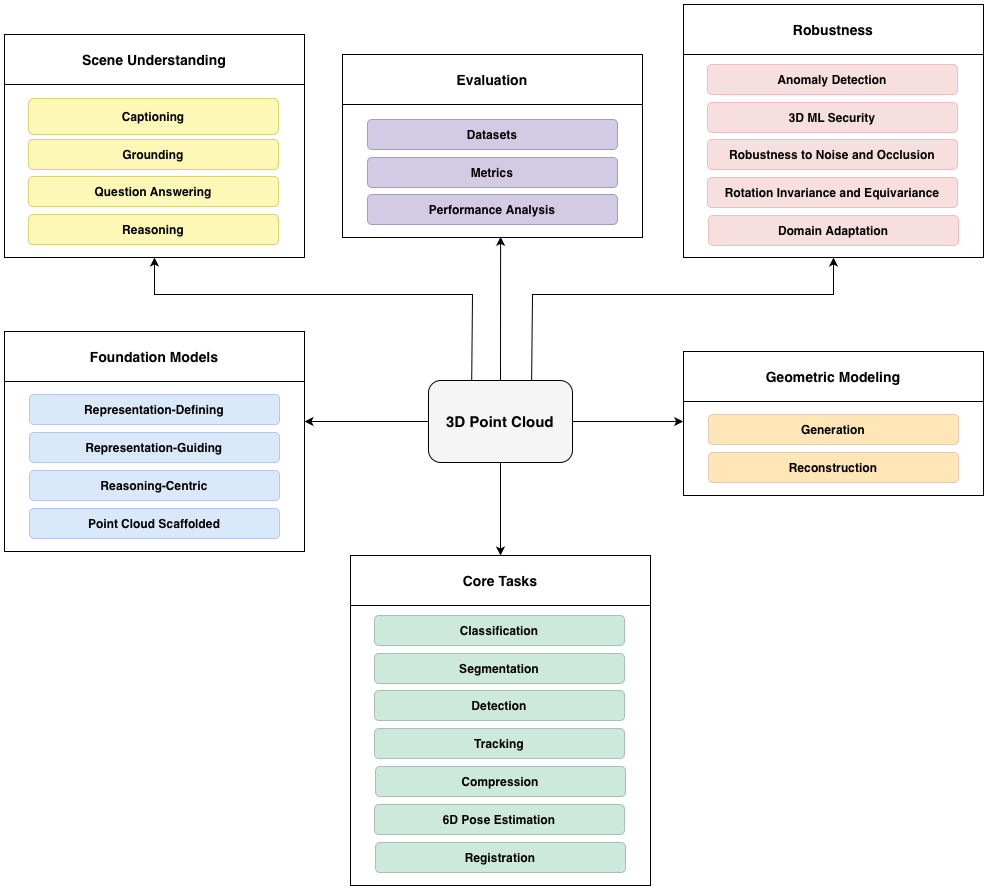
Above: Figures/github_diagram.png in IPL-sharif/3D_survey (draw.io), before the change. Source tidied: cells renumbered, new cells last; positions are measured from the earlier drawing's top-left corner, leaving out a move shared by most shapes. Its diagram source:
```xml
<mxGraphModel>
  <root>
    <mxCell id="0" />
    <mxCell id="1" parent="0" />
    <mxCell id="2" value="&lt;b&gt;Robustness&lt;/b&gt;" style="swimlane;horizontal=1;startSize=50;rounded=0;fontSize=14;fontStyle=0;strokeWidth=1;shadow=1;dashed=0;align=center;arcSize=4;whiteSpace=wrap;html=1;fillColor=#FFFFFF;strokeColor=#000000;" parent="1" vertex="1">
      <mxGeometry x="679" width="300" height="253" as="geometry" />
    </mxCell>
    <mxCell id="3" style="align=left;strokeColor=#000000;fillColor=#FFFFFF;spacingLeft=4;spacingRight=4;fontSize=12;verticalAlign=top;html=1;whiteSpace=wrap;" parent="2" vertex="1">
      <mxGeometry y="50" width="300" height="203" as="geometry" />
    </mxCell>
    <mxCell id="4" value="&lt;b&gt;Anomaly Detection&lt;/b&gt;" style="rounded=1;whiteSpace=wrap;html=1;fillColor=#F7DFDF;strokeColor=#EFBDBD;" parent="1" vertex="1">
      <mxGeometry x="703" y="60" width="250" height="30" as="geometry" />
    </mxCell>
    <mxCell id="5" value="&lt;b&gt;3D ML Security&lt;/b&gt;" style="rounded=1;whiteSpace=wrap;html=1;fillColor=#F7DFDF;strokeColor=#EFBDBD;" parent="1" vertex="1">
      <mxGeometry x="703" y="98" width="250" height="30" as="geometry" />
    </mxCell>
    <mxCell id="6" value="&lt;b&gt;Robustness to Noise and Occlusion&lt;/b&gt;" style="rounded=1;whiteSpace=wrap;html=1;fillColor=#F7DFDF;strokeColor=#EFBDBD;" parent="1" vertex="1">
      <mxGeometry x="703" y="135" width="250" height="30" as="geometry" />
    </mxCell>
    <mxCell id="7" value="&lt;b&gt;Rotation Invariance and&amp;nbsp;Equivariance&lt;/b&gt;" style="rounded=1;whiteSpace=wrap;html=1;fillColor=#F7DFDF;strokeColor=#EFBDBD;" parent="1" vertex="1">
      <mxGeometry x="703" y="173" width="250" height="30" as="geometry" />
    </mxCell>
    <mxCell id="8" value="&lt;b&gt;Domain Adaptation&lt;/b&gt;" style="rounded=1;whiteSpace=wrap;html=1;fillColor=#F7DFDF;strokeColor=#EFBDBD;" parent="1" vertex="1">
      <mxGeometry x="704" y="211" width="250" height="30" as="geometry" />
    </mxCell>
    <mxCell id="9" value="&lt;b&gt;Evaluation&lt;/b&gt;" style="swimlane;horizontal=1;startSize=50;rounded=0;fontSize=14;fontStyle=0;strokeWidth=1;shadow=1;dashed=0;align=center;arcSize=4;whiteSpace=wrap;html=1;fillColor=#FFFFFF;strokeColor=#000000;" parent="1" vertex="1">
      <mxGeometry x="338" y="50" width="300" height="183" as="geometry" />
    </mxCell>
    <mxCell id="10" style="align=left;strokeColor=#000000;fillColor=#FFFFFF;spacingLeft=4;spacingRight=4;fontSize=12;verticalAlign=top;html=1;whiteSpace=wrap;" parent="9" vertex="1">
      <mxGeometry y="50" width="300" height="133" as="geometry" />
    </mxCell>
    <mxCell id="11" value="&lt;b&gt;Datasets&lt;/b&gt;" style="rounded=1;whiteSpace=wrap;html=1;fillColor=#D2CBE3;strokeColor=#9F9FC6;" parent="1" vertex="1">
      <mxGeometry x="363" y="115" width="250" height="30" as="geometry" />
    </mxCell>
    <mxCell id="12" value="&lt;b&gt;Metrics&lt;/b&gt;" style="rounded=1;whiteSpace=wrap;html=1;fillColor=#D2CBE3;strokeColor=#9F9FC6;" parent="1" vertex="1">
      <mxGeometry x="363" y="153" width="250" height="30" as="geometry" />
    </mxCell>
    <mxCell id="13" value="&lt;b&gt;Performance Analysis&lt;/b&gt;" style="rounded=1;whiteSpace=wrap;html=1;fillColor=#D2CBE3;strokeColor=#9F9FC6;" parent="1" vertex="1">
      <mxGeometry x="363" y="190" width="250" height="30" as="geometry" />
    </mxCell>
    <mxCell id="14" style="endArrow=classic;html=1;rounded=0;exitX=0.5;exitY=0;exitDx=0;exitDy=0;shadow=1;entryX=0.527;entryY=0.995;entryDx=0;entryDy=0;entryPerimeter=0;" parent="1" edge="1" source="25" target="10">
      <mxGeometry relative="1" as="geometry" />
    </mxCell>
    <mxCell id="15" value="&lt;b&gt;Scene Understanding&lt;/b&gt;" style="swimlane;horizontal=1;startSize=50;rounded=0;fontSize=14;fontStyle=0;strokeWidth=1;shadow=1;dashed=0;align=center;arcSize=4;whiteSpace=wrap;html=1;fillColor=#FFFFFF;strokeColor=#000000;swimlaneFillColor=none;" parent="1" vertex="1">
      <mxGeometry y="30" width="300" height="223" as="geometry" />
    </mxCell>
    <mxCell id="16" style="align=left;strokeColor=#000000;fillColor=#FFFFFF;spacingLeft=4;spacingRight=4;fontSize=12;verticalAlign=top;html=1;whiteSpace=wrap;" parent="15" vertex="1">
      <mxGeometry y="50" width="300" height="173" as="geometry" />
    </mxCell>
    <mxCell id="17" value="&lt;b&gt;Captioning&lt;/b&gt;" style="rounded=1;whiteSpace=wrap;html=1;fillColor=#FEF8B6;strokeColor=#D7D273;" parent="1" vertex="1">
      <mxGeometry x="24" y="94" width="250" height="36" as="geometry" />
    </mxCell>
    <mxCell id="18" value="&lt;b&gt;Grounding&lt;/b&gt;" style="rounded=1;whiteSpace=wrap;html=1;fillColor=#FEF8B6;strokeColor=#D7D273;" parent="1" vertex="1">
      <mxGeometry x="24" y="135" width="250" height="30" as="geometry" />
    </mxCell>
    <mxCell id="19" value="&lt;b&gt;Question Answering&lt;/b&gt;" style="rounded=1;whiteSpace=wrap;html=1;fillColor=#FEF8B6;strokeColor=#D7D273;" parent="1" vertex="1">
      <mxGeometry x="24" y="172" width="250" height="30" as="geometry" />
    </mxCell>
    <mxCell id="20" value="&lt;b&gt;Reasoning&lt;/b&gt;" style="rounded=1;whiteSpace=wrap;html=1;fillColor=#FEF8B6;strokeColor=#D7D273;" parent="1" vertex="1">
      <mxGeometry x="24" y="210" width="250" height="30" as="geometry" />
    </mxCell>
    <mxCell id="21" style="endArrow=classic;html=1;rounded=0;exitX=0.299;exitY=0.2;exitDx=0;exitDy=0;entryX=0.5;entryY=1;entryDx=0;entryDy=0;exitPerimeter=0;shadow=1;" parent="1" edge="1" source="25" target="15">
      <mxGeometry relative="1" as="geometry">
        <Array as="points">
          <mxPoint x="468" y="290" />
          <mxPoint x="150" y="290" />
        </Array>
      </mxGeometry>
    </mxCell>
    <mxCell id="22" style="endArrow=classic;html=1;rounded=0;exitX=0.715;exitY=0.2;exitDx=0;exitDy=0;entryX=0.5;entryY=1;entryDx=0;entryDy=0;exitPerimeter=0;shadow=1;" parent="1" edge="1" source="25" target="2">
      <mxGeometry relative="1" as="geometry">
        <Array as="points">
          <mxPoint x="528" y="290" />
          <mxPoint x="829" y="290" />
        </Array>
      </mxGeometry>
    </mxCell>
    <mxCell id="23" style="edgeStyle=orthogonalEdgeStyle;rounded=0;jettySize=auto;html=1;" parent="1" edge="1" source="25">
      <mxGeometry relative="1" as="geometry">
        <mxPoint x="300" y="417" as="targetPoint" />
      </mxGeometry>
    </mxCell>
    <mxCell id="24" style="edgeStyle=orthogonalEdgeStyle;rounded=0;jettySize=auto;html=1;entryX=0.5;entryY=0;entryDx=0;entryDy=0;" parent="1" edge="1" source="25" target="34">
      <mxGeometry relative="1" as="geometry" />
    </mxCell>
    <mxCell id="25" value="&lt;b&gt;&lt;font style=&quot;font-size: 15px;&quot;&gt;3D Point Cloud&lt;/font&gt;&lt;/b&gt;" style="rounded=1;whiteSpace=wrap;html=1;fillColor=#F5F5F5;strokeColor=#000000;shadow=1;" parent="1" vertex="1">
      <mxGeometry x="424" y="376" width="144" height="82" as="geometry" />
    </mxCell>
    <mxCell id="26" value="&lt;b&gt;Geometric Modeling&lt;/b&gt;" style="swimlane;horizontal=1;startSize=50;rounded=0;fontSize=14;fontStyle=0;strokeWidth=1;shadow=1;dashed=0;align=center;arcSize=4;whiteSpace=wrap;html=1;fillColor=#FFFFFF;strokeColor=#000000;" parent="1" vertex="1">
      <mxGeometry x="679" y="347" width="300" height="144" as="geometry" />
    </mxCell>
    <mxCell id="27" style="align=left;strokeColor=#000000;fillColor=#FFFFFF;spacingLeft=4;spacingRight=4;fontSize=12;verticalAlign=top;html=1;whiteSpace=wrap;" parent="26" vertex="1">
      <mxGeometry y="50" width="300" height="94" as="geometry" />
    </mxCell>
    <mxCell id="28" value="&lt;b&gt;Generation&lt;/b&gt;" style="rounded=1;whiteSpace=wrap;html=1;fillColor=#FFE6B6;strokeColor=#E2CAB5;" parent="1" vertex="1">
      <mxGeometry x="704" y="410" width="250" height="30" as="geometry" />
    </mxCell>
    <mxCell id="29" value="&lt;b&gt;Reconstruction&lt;/b&gt;" style="rounded=1;whiteSpace=wrap;html=1;fillColor=#FFE6B6;strokeColor=#E2CAB5;" parent="1" vertex="1">
      <mxGeometry x="704" y="448" width="250" height="30" as="geometry" />
    </mxCell>
    <mxCell id="30" value="&lt;b&gt;Foundation Models&lt;/b&gt;" style="swimlane;horizontal=1;startSize=50;rounded=0;fontSize=14;fontStyle=0;strokeWidth=1;shadow=1;dashed=0;align=center;arcSize=4;whiteSpace=wrap;html=1;fillColor=#FFFFFF;strokeColor=#000000;" parent="1" vertex="1">
      <mxGeometry y="327" width="300" height="220" as="geometry" />
    </mxCell>
    <mxCell id="31" style="align=left;strokeColor=#000000;fillColor=#FFFFFF;spacingLeft=4;spacingRight=4;fontSize=12;verticalAlign=top;html=1;whiteSpace=wrap;" parent="30" vertex="1">
      <mxGeometry y="50" width="300" height="170" as="geometry" />
    </mxCell>
    <mxCell id="32" value="&lt;b&gt;Representation-Defining&lt;/b&gt;" style="rounded=1;whiteSpace=wrap;html=1;fillColor=#DAE9FA;strokeColor=#B4C7F2;" parent="1" vertex="1">
      <mxGeometry x="25" y="390" width="250" height="30" as="geometry" />
    </mxCell>
    <mxCell id="33" value="&lt;b&gt;Representation-Guiding&lt;/b&gt;" style="rounded=1;whiteSpace=wrap;html=1;fillColor=#DAE9FA;strokeColor=#B4C7F2;" parent="1" vertex="1">
      <mxGeometry x="25" y="428" width="250" height="30" as="geometry" />
    </mxCell>
    <mxCell id="34" value="&lt;b&gt;Core Tasks&lt;/b&gt;" style="swimlane;horizontal=1;startSize=50;rounded=0;fontSize=14;fontStyle=0;strokeWidth=1;shadow=1;dashed=0;align=center;arcSize=4;whiteSpace=wrap;html=1;fillColor=#FFFFFF;strokeColor=#000000;" parent="1" vertex="1">
      <mxGeometry x="346" y="551" width="300" height="330" as="geometry" />
    </mxCell>
    <mxCell id="35" style="align=left;strokeColor=#000000;fillColor=#FFFFFF;spacingLeft=4;spacingRight=4;fontSize=12;verticalAlign=top;html=1;whiteSpace=wrap;" parent="34" vertex="1">
      <mxGeometry y="50" width="300" height="280" as="geometry" />
    </mxCell>
    <mxCell id="36" value="&lt;b&gt;Classification&lt;/b&gt;" style="rounded=1;whiteSpace=wrap;html=1;gradientColor=none;fillColor=#CDE9DC;strokeColor=#A9BFB8;" parent="1" vertex="1">
      <mxGeometry x="370" y="611" width="250" height="30" as="geometry" />
    </mxCell>
    <mxCell id="37" value="&lt;b&gt;Segmentation&lt;/b&gt;" style="rounded=1;whiteSpace=wrap;html=1;fillColor=#CDE9DC;strokeColor=#A9BFB8;" parent="1" vertex="1">
      <mxGeometry x="370" y="649" width="250" height="30" as="geometry" />
    </mxCell>
    <mxCell id="38" value="&lt;b&gt;Detection&lt;/b&gt;" style="rounded=1;whiteSpace=wrap;html=1;fillColor=#CDE9DC;strokeColor=#A9BFB8;" parent="1" vertex="1">
      <mxGeometry x="370" y="686" width="250" height="30" as="geometry" />
    </mxCell>
    <mxCell id="39" value="&lt;b&gt;Tracking&lt;/b&gt;" style="rounded=1;whiteSpace=wrap;html=1;fillColor=#CDE9DC;strokeColor=#A9BFB8;" parent="1" vertex="1">
      <mxGeometry x="370" y="724" width="250" height="30" as="geometry" />
    </mxCell>
    <mxCell id="40" value="&lt;b&gt;Compression&lt;/b&gt;" style="rounded=1;whiteSpace=wrap;html=1;fillColor=#CDE9DC;strokeColor=#A9BFB8;" parent="1" vertex="1">
      <mxGeometry x="371" y="762" width="250" height="30" as="geometry" />
    </mxCell>
    <mxCell id="41" value="&lt;b&gt;6D Pose Estimation&lt;/b&gt;" style="rounded=1;whiteSpace=wrap;html=1;fillColor=#CDE9DC;strokeColor=#A9BFB8;" parent="1" vertex="1">
      <mxGeometry x="370" y="800" width="250" height="30" as="geometry" />
    </mxCell>
    <mxCell id="42" value="&lt;b&gt;Registration&lt;/b&gt;" style="rounded=1;whiteSpace=wrap;html=1;fillColor=#CDE9DC;strokeColor=#A9BFB8;" parent="1" vertex="1">
      <mxGeometry x="371" y="838" width="250" height="30" as="geometry" />
    </mxCell>
    <mxCell id="43" value="&lt;b&gt;Reasoning-Centric&lt;/b&gt;" style="rounded=1;whiteSpace=wrap;html=1;fillColor=#DAE9FA;strokeColor=#B4C7F2;" parent="1" vertex="1">
      <mxGeometry x="25" y="466" width="250" height="30" as="geometry" />
    </mxCell>
    <mxCell id="44" value="&lt;b&gt;Point Cloud Scaffolded&lt;/b&gt;" style="rounded=1;whiteSpace=wrap;html=1;fillColor=#DAE9FA;strokeColor=#B4C7F2;" parent="1" vertex="1">
      <mxGeometry x="25" y="504" width="250" height="30" as="geometry" />
    </mxCell>
    <mxCell id="45" style="edgeStyle=orthogonalEdgeStyle;rounded=0;jettySize=auto;html=1;entryX=-0.001;entryY=0.213;entryDx=0;entryDy=0;entryPerimeter=0;" parent="1" edge="1" source="25" target="27">
      <mxGeometry relative="1" as="geometry" />
    </mxCell>
  </root>
</mxGraphModel>
```
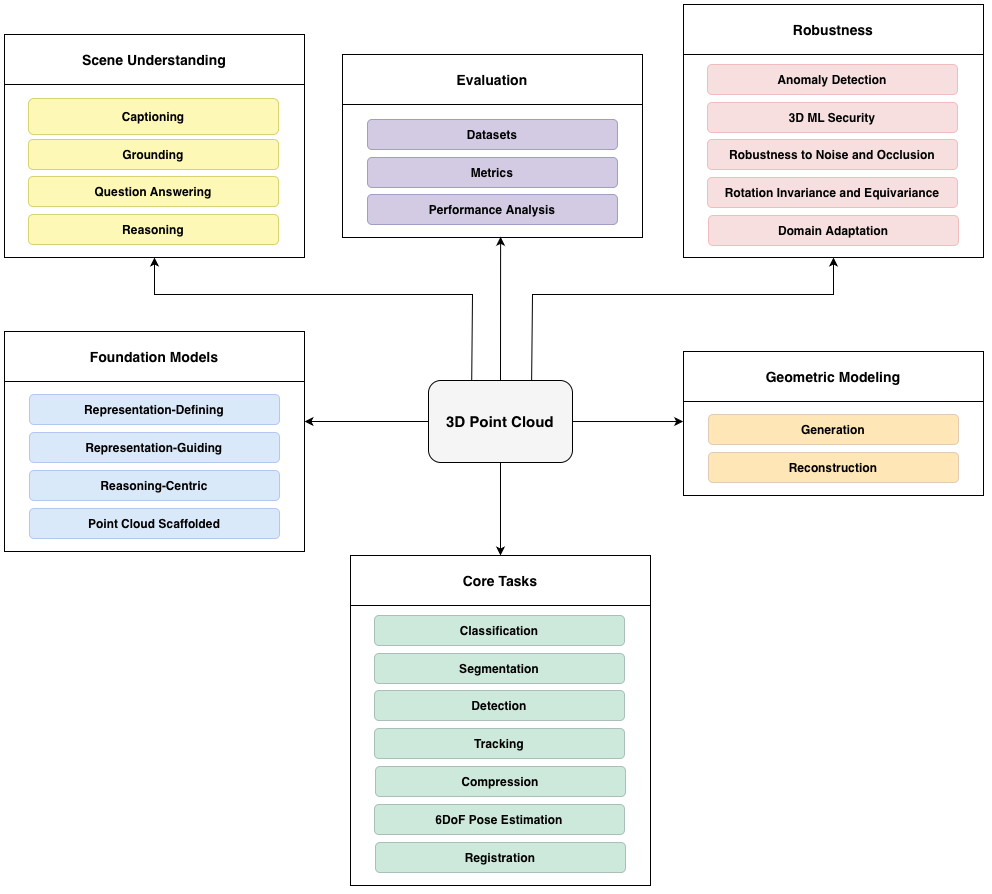
Later version of the same file.

What changed in the source:
```diff
@@ -131,7 +131,7 @@
     <mxCell id="40" value="&lt;b&gt;Compression&lt;/b&gt;" style="rounded=1;whiteSpace=wrap;html=1;fillColor=#CDE9DC;strokeColor=#A9BFB8;" parent="1" vertex="1">
       <mxGeometry x="371" y="762" width="250" height="30" as="geometry" />
     </mxCell>
-    <mxCell id="41" value="&lt;b&gt;6D Pose Estimation&lt;/b&gt;" style="rounded=1;whiteSpace=wrap;html=1;fillColor=#CDE9DC;strokeColor=#A9BFB8;" parent="1" vertex="1">
+    <mxCell id="41" value="&lt;b&gt;6DoF Pose Estimation&lt;/b&gt;" style="rounded=1;whiteSpace=wrap;html=1;fillColor=#CDE9DC;strokeColor=#A9BFB8;" parent="1" vertex="1">
       <mxGeometry x="370" y="800" width="250" height="30" as="geometry" />
     </mxCell>
     <mxCell id="42" value="&lt;b&gt;Registration&lt;/b&gt;" style="rounded=1;whiteSpace=wrap;html=1;fillColor=#CDE9DC;strokeColor=#A9BFB8;" parent="1" vertex="1">
```
